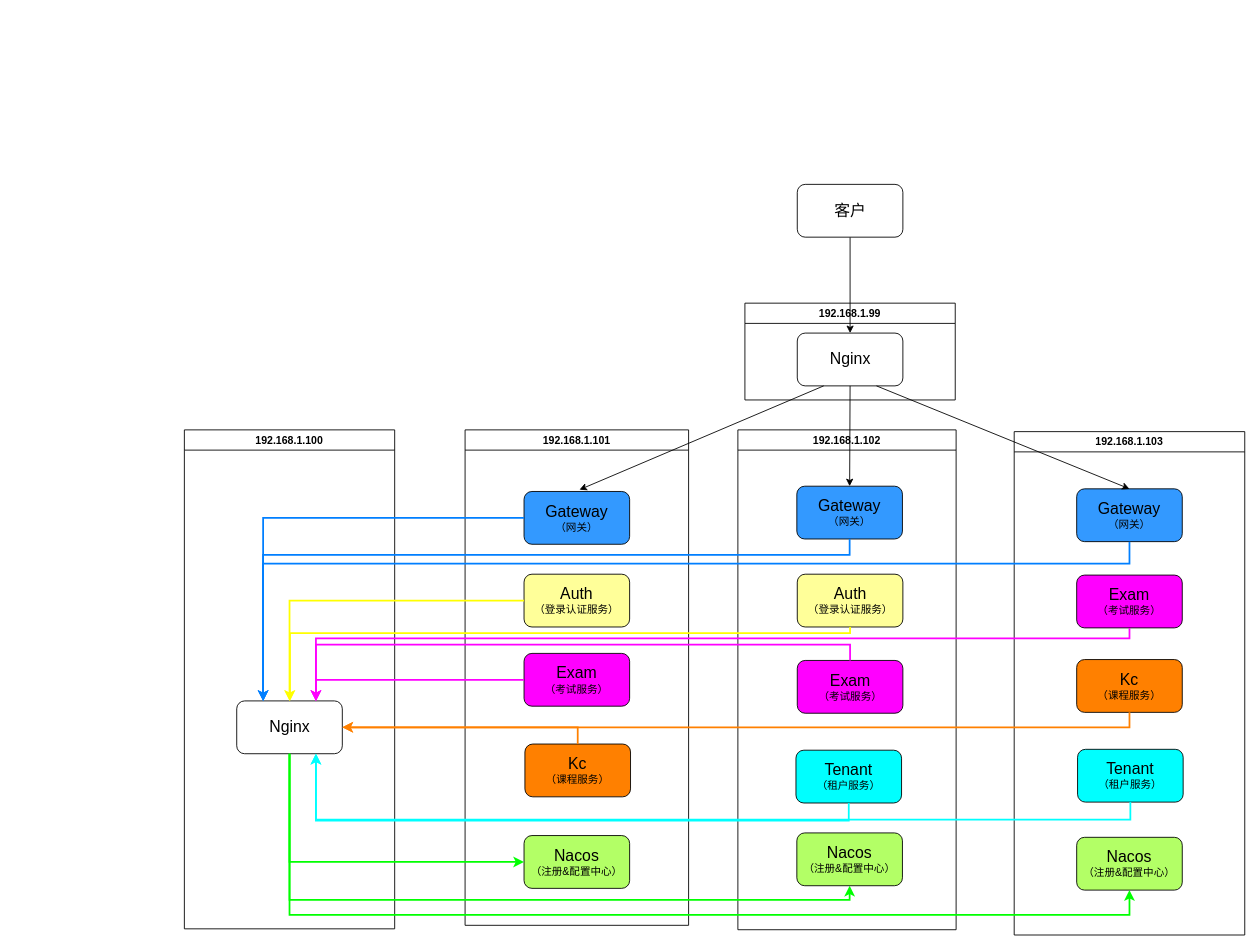
MuggleStar/draw_io keeps this draw.io diagram as ence/chaofen-cloud.drawio. Above is the earlier version. Source tidied: cells renumbered, new cells numbered last; positions are measured from the earlier drawing's top-left corner, leaving out a move shared by most shapes. Both pictures are drawn from the tidied source at 88%, with x=0, y=0 at pixel (184, 184).
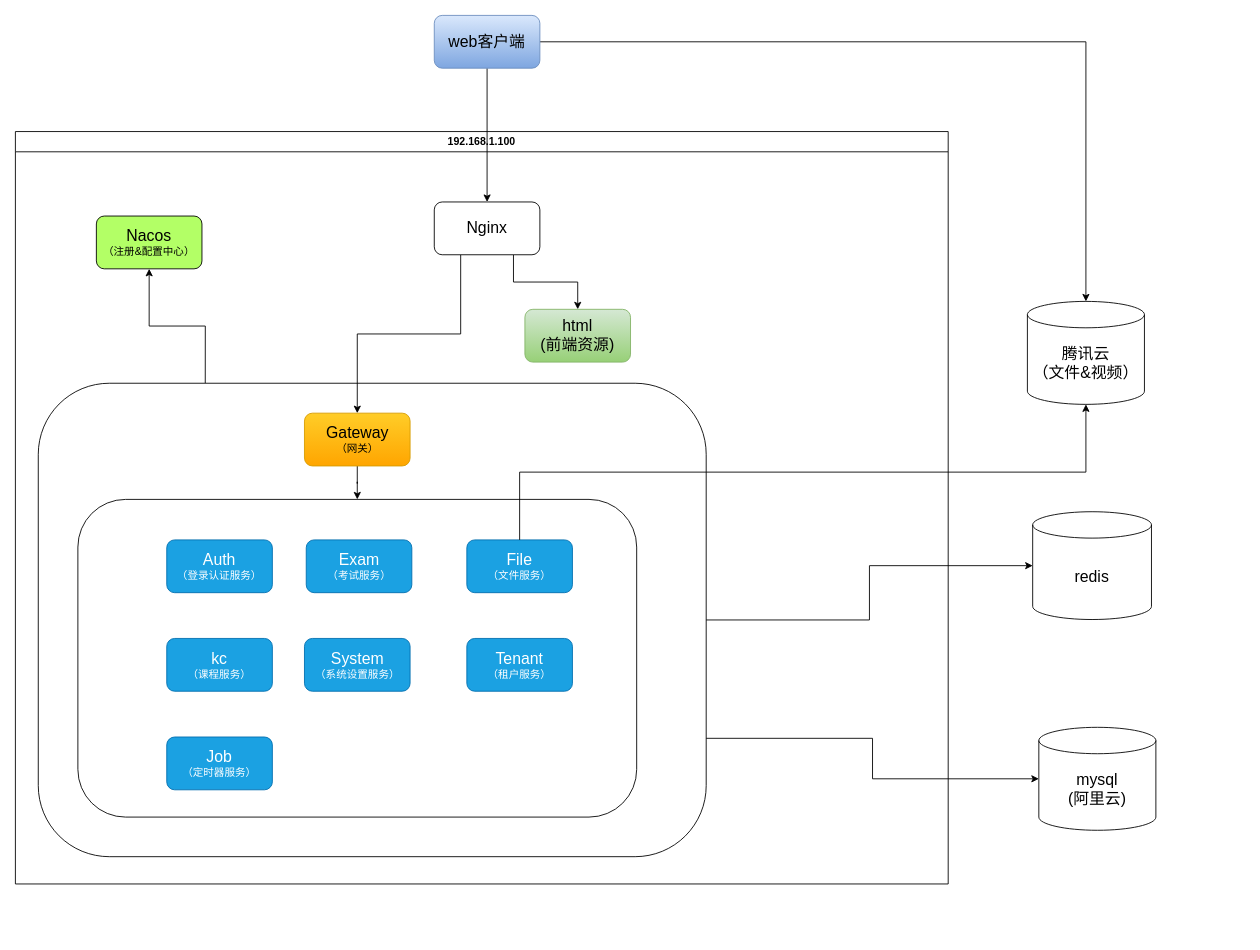
The same diagram, later.

Change to the diagram source:
```diff
@@
-    <mxCell id="2" value="192.168.1.101" style="swimlane;whiteSpace=wrap;html=1;" parent="1" vertex="1">
-      <mxGeometry x="319" y="279" width="254" height="563" as="geometry" />
-    </mxCell>
-    <mxCell id="3" value="&lt;font style=&quot;font-size: 18px;&quot;&gt;Auth&lt;/font&gt;&lt;br&gt;（登录认证服务）" style="rounded=1;whiteSpace=wrap;html=1;fillColor=#FFFF99;" parent="2" vertex="1">
-      <mxGeometry x="67" y="164" width="120" height="60" as="geometry" />
-    </mxCell>
-    <mxCell id="4" value="&lt;span style=&quot;font-size: 18px;&quot;&gt;Exam&lt;/span&gt;&lt;br&gt;（考试服务）" style="rounded=1;whiteSpace=wrap;html=1;fillColor=#FF00FF;" parent="2" vertex="1">
-      <mxGeometry x="67" y="254" width="120" height="60" as="geometry" />
-    </mxCell>
-    <mxCell id="5" value="&lt;font style=&quot;font-size: 18px;&quot;&gt;Gateway&lt;/font&gt;&lt;br&gt;（网关）" style="rounded=1;whiteSpace=wrap;html=1;fillColor=#3399FF;" parent="2" vertex="1">
-      <mxGeometry x="67" y="70" width="120" height="60" as="geometry" />
-    </mxCell>
-    <mxCell id="6" value="&lt;font style=&quot;font-size: 18px;&quot;&gt;Nacos&lt;/font&gt;&lt;br&gt;（注册&amp;amp;配置中心）" style="rounded=1;whiteSpace=wrap;html=1;fillColor=#B3FF66;" parent="2" vertex="1">
-      <mxGeometry x="67" y="461" width="120" height="60" as="geometry" />
-    </mxCell>
-    <mxCell id="7" value="192.168.1.102" style="swimlane;whiteSpace=wrap;html=1;" parent="1" vertex="1">
-      <mxGeometry x="629" y="279" width="248" height="568" as="geometry" />
+    <mxCell id="7" value="192.168.1.100" style="swimlane;whiteSpace=wrap;html=1;" parent="1" vertex="1">
+      <mxGeometry x="-192" y="-60" width="1060" height="855" as="geometry" />
     </mxCell>
+    <mxCell id="44" style="edgeStyle=orthogonalEdgeStyle;rounded=0;jettySize=auto;html=1;exitX=0.25;exitY=0;exitDx=0;exitDy=0;" parent="7" edge="1" source="45" target="11">
+      <mxGeometry relative="1" as="geometry" />
+    </mxCell>
+    <mxCell id="45" style="rounded=1;whiteSpace=wrap;html=1;" parent="7" vertex="1">
+      <mxGeometry x="26" y="286" width="759" height="538" as="geometry" />
+    </mxCell>
+    <mxCell id="46" style="edgeStyle=orthogonalEdgeStyle;rounded=0;jettySize=auto;html=1;exitX=0.5;exitY=1;exitDx=0;exitDy=0;" parent="7" edge="1" source="8" target="48">
+      <mxGeometry relative="1" as="geometry" />
+    </mxCell>
-    <mxCell id="8" value="&lt;font style=&quot;font-size: 18px;&quot;&gt;Gateway&lt;/font&gt;&lt;br&gt;（网关）" style="rounded=1;whiteSpace=wrap;html=1;fillColor=#3399FF;" parent="7" vertex="1">
-      <mxGeometry x="67" y="64" width="120" height="60" as="geometry" />
+    <mxCell id="8" value="&lt;font style=&quot;font-size: 18px;&quot;&gt;Gateway&lt;/font&gt;&lt;br&gt;（网关）" style="rounded=1;whiteSpace=wrap;html=1;fillColor=#ffcd28;strokeColor=#d79b00;gradientColor=#ffa500;" parent="7" vertex="1">
+      <mxGeometry x="328.5" y="320" width="120" height="60" as="geometry" />
     </mxCell>
+    <mxCell id="22" style="edgeStyle=orthogonalEdgeStyle;rounded=0;jettySize=auto;html=1;exitX=0.25;exitY=1;exitDx=0;exitDy=0;entryX=0.5;entryY=0;entryDx=0;entryDy=0;" parent="7" edge="1" source="21" target="8">
+      <mxGeometry relative="1" as="geometry" />
+    </mxCell>
+    <mxCell id="47" style="edgeStyle=orthogonalEdgeStyle;rounded=0;jettySize=auto;html=1;exitX=0.75;exitY=1;exitDx=0;exitDy=0;entryX=0.5;entryY=0;entryDx=0;entryDy=0;" parent="7" edge="1" source="21" target="53">
+      <mxGeometry relative="1" as="geometry" />
+    </mxCell>
+    <mxCell id="21" value="&lt;font style=&quot;font-size: 18px;&quot;&gt;Nginx&lt;/font&gt;" style="rounded=1;whiteSpace=wrap;html=1;fillColor=#FFFFFF;" parent="7" vertex="1">
+      <mxGeometry x="476" y="80" width="120" height="60" as="geometry" />
+    </mxCell>
+    <mxCell id="48" style="rounded=1;whiteSpace=wrap;html=1;" parent="7" vertex="1">
+      <mxGeometry x="71" y="418" width="635" height="361" as="geometry" />
+    </mxCell>
-    <mxCell id="9" value="&lt;font style=&quot;font-size: 18px;&quot;&gt;Auth&lt;/font&gt;&lt;br&gt;（登录认证服务）" style="rounded=1;whiteSpace=wrap;html=1;fillColor=#FFFF99;" parent="7" vertex="1">
-      <mxGeometry x="67.5" y="164" width="120" height="60" as="geometry" />
+    <mxCell id="9" value="&lt;font style=&quot;font-size: 18px;&quot;&gt;Auth&lt;/font&gt;&lt;br&gt;（登录认证服务）" style="rounded=1;whiteSpace=wrap;html=1;fillColor=#1ba1e2;strokeColor=#006EAF;fontColor=#ffffff;" parent="7" vertex="1">
+      <mxGeometry x="172" y="464" width="120" height="60" as="geometry" />
     </mxCell>
-    <mxCell id="10" value="&lt;span style=&quot;font-size: 18px;&quot;&gt;Exam&lt;/span&gt;&lt;br&gt;（考试服务）" style="rounded=1;whiteSpace=wrap;html=1;fillColor=#FF00FF;" parent="7" vertex="1">
-      <mxGeometry x="67.5" y="262" width="120" height="60" as="geometry" />
+    <mxCell id="10" value="&lt;span style=&quot;font-size: 18px;&quot;&gt;Exam&lt;/span&gt;&lt;br&gt;（考试服务）" style="rounded=1;whiteSpace=wrap;html=1;fillColor=#1ba1e2;strokeColor=#006EAF;fontColor=#ffffff;" parent="7" vertex="1">
+      <mxGeometry x="330.5" y="464" width="120" height="60" as="geometry" />
     </mxCell>
+    <mxCell id="13" value="&lt;span style=&quot;font-size: 18px;&quot;&gt;Tenant&lt;/span&gt;&lt;br&gt;（租户服务）" style="rounded=1;whiteSpace=wrap;html=1;fillColor=#1ba1e2;strokeColor=#006EAF;fontColor=#ffffff;" parent="7" vertex="1">
+      <mxGeometry x="513" y="576" width="120" height="60" as="geometry" />
+    </mxCell>
+    <mxCell id="49" value="&lt;span style=&quot;font-size: 18px;&quot;&gt;kc&lt;/span&gt;&lt;br&gt;（课程服务）" style="rounded=1;whiteSpace=wrap;html=1;fillColor=#1ba1e2;strokeColor=#006EAF;fontColor=#ffffff;" parent="7" vertex="1">
+      <mxGeometry x="172" y="576" width="120" height="60" as="geometry" />
+    </mxCell>
+    <mxCell id="50" value="&lt;span style=&quot;font-size: 18px;&quot;&gt;System&lt;/span&gt;&lt;div&gt;（系统设置服务）&lt;/div&gt;" style="rounded=1;whiteSpace=wrap;html=1;fillColor=#1ba1e2;strokeColor=#006EAF;fontColor=#ffffff;" parent="7" vertex="1">
+      <mxGeometry x="328.5" y="576" width="120" height="60" as="geometry" />
+    </mxCell>
+    <mxCell id="51" value="&lt;span style=&quot;font-size: 18px;&quot;&gt;File&lt;/span&gt;&lt;br&gt;&lt;div&gt;（文件服务）&lt;/div&gt;" style="rounded=1;whiteSpace=wrap;html=1;fillColor=#1ba1e2;strokeColor=#006EAF;fontColor=#ffffff;" parent="7" vertex="1">
+      <mxGeometry x="513" y="464" width="120" height="60" as="geometry" />
+    </mxCell>
+    <mxCell id="52" value="&lt;span style=&quot;font-size: 18px;&quot;&gt;Job&lt;/span&gt;&lt;br&gt;&lt;div&gt;（定时器&lt;span style=&quot;background-color: initial;&quot;&gt;服务）&lt;/span&gt;&lt;/div&gt;" style="rounded=1;whiteSpace=wrap;html=1;fillColor=#1ba1e2;strokeColor=#006EAF;fontColor=#ffffff;" parent="7" vertex="1">
+      <mxGeometry x="172" y="688" width="120" height="60" as="geometry" />
+    </mxCell>
+    <mxCell id="53" value="&lt;span style=&quot;font-size: 18px;&quot;&gt;html&lt;br&gt;(&lt;/span&gt;&lt;span style=&quot;font-size: 18px;&quot;&gt;前端资源&lt;/span&gt;&lt;span style=&quot;font-size: 18px;&quot;&gt;)&lt;/span&gt;" style="rounded=1;whiteSpace=wrap;html=1;fillColor=#d5e8d4;strokeColor=#82b366;gradientColor=#97d077;" parent="7" vertex="1">
+      <mxGeometry x="579" y="202" width="120" height="60" as="geometry" />
+    </mxCell>
     <mxCell id="11" value="&lt;font style=&quot;font-size: 18px;&quot;&gt;Nacos&lt;/font&gt;&lt;br&gt;（注册&amp;amp;配置中心）" style="rounded=1;whiteSpace=wrap;html=1;fillColor=#B3FF66;" parent="7" vertex="1">
-      <mxGeometry x="67" y="458" width="120" height="60" as="geometry" />
+      <mxGeometry x="92" y="96" width="120" height="60" as="geometry" />
     </mxCell>
-    <mxCell id="12" value="&lt;span style=&quot;font-size: 18px;&quot;&gt;Kc&lt;/span&gt;&lt;br&gt;（课程服务）" style="rounded=1;whiteSpace=wrap;html=1;fillColor=#FF8000;" parent="7" vertex="1">
-      <mxGeometry x="-242" y="357" width="120" height="60" as="geometry" />
-    </mxCell>
-    <mxCell id="13" value="&lt;span style=&quot;font-size: 18px;&quot;&gt;Tenant&lt;/span&gt;&lt;br&gt;（租户服务）" style="rounded=1;whiteSpace=wrap;html=1;fillColor=#00FFFF;" parent="7" vertex="1">
-      <mxGeometry x="66" y="364" width="120" height="60" as="geometry" />
-    </mxCell>
-    <mxCell id="14" value="&lt;font style=&quot;font-size: 18px;&quot;&gt;Tenant&lt;/font&gt;&lt;br style=&quot;border-color: var(--border-color);&quot;&gt;（租户服务）" style="rounded=1;whiteSpace=wrap;html=1;fillColor=#00FFFF;" parent="7" vertex="1">
-      <mxGeometry x="386" y="363" width="120" height="60" as="geometry" />
-    </mxCell>
-    <mxCell id="15" value="192.168.1.103" style="swimlane;whiteSpace=wrap;html=1;" parent="1" vertex="1">
-      <mxGeometry x="943" y="281" width="262" height="572" as="geometry" />
-    </mxCell>
-    <mxCell id="16" value="&lt;font style=&quot;font-size: 18px;&quot;&gt;Gateway&lt;/font&gt;&lt;br&gt;（网关）" style="rounded=1;whiteSpace=wrap;html=1;fillColor=#3399FF;" parent="15" vertex="1">
-      <mxGeometry x="71" y="65" width="120" height="60" as="geometry" />
-    </mxCell>
-    <mxCell id="17" value="&lt;font style=&quot;font-size: 18px;&quot;&gt;Nacos&lt;/font&gt;&lt;br&gt;（注册&amp;amp;配置中心）" style="rounded=1;whiteSpace=wrap;html=1;fillColor=#B3FF66;" parent="15" vertex="1">
-      <mxGeometry x="71" y="461" width="120" height="60" as="geometry" />
-    </mxCell>
-    <mxCell id="18" value="&lt;font style=&quot;font-size: 18px;&quot;&gt;Exam&lt;/font&gt;&lt;br style=&quot;border-color: var(--border-color);&quot;&gt;（考试服务）" style="rounded=1;whiteSpace=wrap;html=1;fillColor=#FF00FF;" parent="15" vertex="1">
-      <mxGeometry x="71" y="163" width="120" height="60" as="geometry" />
-    </mxCell>
-    <mxCell id="19" value="&lt;span style=&quot;font-size: 18px;&quot;&gt;Kc&lt;/span&gt;&lt;br&gt;（课程服务）" style="rounded=1;whiteSpace=wrap;html=1;fillColor=#FF8000;" parent="15" vertex="1">
-      <mxGeometry x="71" y="259" width="120" height="60" as="geometry" />
-    </mxCell>
-    <mxCell id="20" value="192.168.1.99" style="swimlane;whiteSpace=wrap;html=1;" parent="1" vertex="1">
-      <mxGeometry x="637" y="135" width="239" height="110" as="geometry" />
-    </mxCell>
-    <mxCell id="21" value="&lt;font style=&quot;font-size: 18px;&quot;&gt;Nginx&lt;/font&gt;" style="rounded=1;whiteSpace=wrap;html=1;fillColor=#FFFFFF;" parent="20" vertex="1">
-      <mxGeometry x="59.5" y="34" width="120" height="60" as="geometry" />
-    </mxCell>
-    <mxCell id="22" style="endArrow=classic;html=1;rounded=0;exitX=0.5;exitY=1;exitDx=0;exitDy=0;entryX=0.5;entryY=0;entryDx=0;entryDy=0;" parent="1" edge="1" source="21" target="8">
-      <mxGeometry relative="1" as="geometry" />
-    </mxCell>
-    <mxCell id="23" style="endArrow=classic;html=1;rounded=0;exitX=0.75;exitY=1;exitDx=0;exitDy=0;entryX=0.5;entryY=0;entryDx=0;entryDy=0;" parent="1" edge="1" source="21" target="16">
-      <mxGeometry relative="1" as="geometry" />
-    </mxCell>
-    <mxCell id="24" style="endArrow=classic;html=1;rounded=0;exitX=0.25;exitY=1;exitDx=0;exitDy=0;" parent="1" edge="1" source="21">
-      <mxGeometry relative="1" as="geometry">
-        <mxPoint x="449" y="347" as="targetPoint" />
-      </mxGeometry>
-    </mxCell>
-    <mxCell id="25" style="edgeStyle=orthogonalEdgeStyle;rounded=0;jettySize=auto;html=1;exitX=0.5;exitY=1;exitDx=0;exitDy=0;" parent="1" edge="1" source="26" target="21">
+    <mxCell id="25" style="edgeStyle=orthogonalEdgeStyle;rounded=0;jettySize=auto;html=1;exitX=0.5;exitY=1;exitDx=0;exitDy=0;entryX=0.5;entryY=0;entryDx=0;entryDy=0;" parent="1" edge="1" source="26" target="21">
       <mxGeometry relative="1" as="geometry" />
     </mxCell>
+    <mxCell id="54" style="edgeStyle=orthogonalEdgeStyle;rounded=0;jettySize=auto;html=1;exitX=1;exitY=0.5;exitDx=0;exitDy=0;" parent="1" edge="1" source="26" target="59">
+      <mxGeometry relative="1" as="geometry" />
+    </mxCell>
-    <mxCell id="26" value="&lt;span style=&quot;font-size: 18px;&quot;&gt;客户&lt;br&gt;&lt;/span&gt;" style="rounded=1;whiteSpace=wrap;html=1;fillColor=#FFFFFF;" parent="1" vertex="1">
-      <mxGeometry x="696.5" width="120" height="60" as="geometry" />
+    <mxCell id="26" value="&lt;span style=&quot;font-size: 18px;&quot;&gt;web客户端&lt;/span&gt;" style="rounded=1;whiteSpace=wrap;html=1;fillColor=#dae8fc;gradientColor=#7ea6e0;strokeColor=#6c8ebf;" parent="1" vertex="1">
+      <mxGeometry x="284" y="-192" width="120" height="60" as="geometry" />
     </mxCell>
-    <mxCell id="27" value="192.168.1.100" style="swimlane;whiteSpace=wrap;html=1;" parent="1" vertex="1">
-      <mxGeometry y="279" width="239" height="567" as="geometry" />
-    </mxCell>
-    <mxCell id="28" value="&lt;font style=&quot;font-size: 18px;&quot;&gt;Nginx&lt;/font&gt;" style="rounded=1;whiteSpace=wrap;html=1;fillColor=#FFFFFF;" parent="27" vertex="1">
-      <mxGeometry x="59.5" y="308" width="120" height="60" as="geometry" />
-    </mxCell>
-    <mxCell id="29" style="edgeStyle=orthogonalEdgeStyle;rounded=0;jettySize=auto;html=1;exitX=0;exitY=0.5;exitDx=0;exitDy=0;entryX=0.25;entryY=0;entryDx=0;entryDy=0;strokeWidth=2;strokeColor=#007FFF;" parent="1" edge="1" source="5" target="28">
-      <mxGeometry relative="1" as="geometry" />
-    </mxCell>
-    <mxCell id="30" style="edgeStyle=orthogonalEdgeStyle;rounded=0;jettySize=auto;html=1;exitX=0.5;exitY=1;exitDx=0;exitDy=0;entryX=0.25;entryY=0;entryDx=0;entryDy=0;strokeWidth=2;strokeColor=#007FFF;" parent="1" edge="1" source="8" target="28">
-      <mxGeometry relative="1" as="geometry">
-        <Array as="points">
-          <mxPoint x="756" y="421" />
-          <mxPoint x="90" y="421" />
-        </Array>
-      </mxGeometry>
-    </mxCell>
-    <mxCell id="31" style="edgeStyle=orthogonalEdgeStyle;rounded=0;jettySize=auto;html=1;exitX=0.5;exitY=1;exitDx=0;exitDy=0;entryX=0.25;entryY=0;entryDx=0;entryDy=0;strokeWidth=2;strokeColor=#007FFF;" parent="1" edge="1" source="16" target="28">
-      <mxGeometry relative="1" as="geometry">
-        <Array as="points">
-          <mxPoint x="1074" y="431" />
-          <mxPoint x="90" y="431" />
-        </Array>
-      </mxGeometry>
-    </mxCell>
-    <mxCell id="32" style="edgeStyle=orthogonalEdgeStyle;rounded=0;jettySize=auto;html=1;exitX=0;exitY=0.5;exitDx=0;exitDy=0;strokeWidth=2;strokeColor=#FFFF00;" parent="1" edge="1" source="3" target="28">
-      <mxGeometry relative="1" as="geometry" />
-    </mxCell>
-    <mxCell id="33" style="edgeStyle=orthogonalEdgeStyle;rounded=0;jettySize=auto;html=1;exitX=0.5;exitY=1;exitDx=0;exitDy=0;strokeWidth=2;strokeColor=#FFFF00;" parent="1" edge="1" source="9" target="28">
-      <mxGeometry relative="1" as="geometry">
-        <Array as="points">
-          <mxPoint x="756" y="510" />
-          <mxPoint x="120" y="510" />
-        </Array>
-      </mxGeometry>
-    </mxCell>
-    <mxCell id="34" style="edgeStyle=orthogonalEdgeStyle;rounded=0;jettySize=auto;html=1;entryX=0.75;entryY=0;entryDx=0;entryDy=0;strokeWidth=2;strokeColor=#FF00FF;" parent="1" edge="1" source="4" target="28">
-      <mxGeometry relative="1" as="geometry" />
-    </mxCell>
-    <mxCell id="35" style="edgeStyle=orthogonalEdgeStyle;rounded=0;jettySize=auto;html=1;exitX=0.5;exitY=0;exitDx=0;exitDy=0;entryX=0.75;entryY=0;entryDx=0;entryDy=0;strokeWidth=2;strokeColor=#FF00FF;" parent="1" edge="1" source="10" target="28">
-      <mxGeometry relative="1" as="geometry">
-        <Array as="points">
-          <mxPoint x="756" y="523" />
-          <mxPoint x="150" y="523" />
-        </Array>
-      </mxGeometry>
-    </mxCell>
-    <mxCell id="36" style="edgeStyle=orthogonalEdgeStyle;rounded=0;jettySize=auto;html=1;exitX=0.5;exitY=1;exitDx=0;exitDy=0;entryX=0.75;entryY=0;entryDx=0;entryDy=0;strokeWidth=2;strokeColor=#FF00FF;" parent="1" edge="1" source="18" target="28">
-      <mxGeometry relative="1" as="geometry">
-        <Array as="points">
-          <mxPoint x="1074" y="516" />
-          <mxPoint x="150" y="516" />
-        </Array>
-      </mxGeometry>
-    </mxCell>
-    <mxCell id="37" style="edgeStyle=orthogonalEdgeStyle;rounded=0;jettySize=auto;html=1;exitX=0.5;exitY=1;exitDx=0;exitDy=0;entryX=1;entryY=0.5;entryDx=0;entryDy=0;strokeWidth=2;strokeColor=#FF8000;" parent="1" edge="1" source="19" target="28">
-      <mxGeometry relative="1" as="geometry">
-        <Array as="points">
-          <mxPoint x="1074" y="617" />
-        </Array>
-      </mxGeometry>
-    </mxCell>
-    <mxCell id="38" style="edgeStyle=orthogonalEdgeStyle;rounded=0;jettySize=auto;html=1;exitX=0.5;exitY=0;exitDx=0;exitDy=0;entryX=1;entryY=0.5;entryDx=0;entryDy=0;strokeWidth=2;strokeColor=#FF8000;" parent="1" edge="1" source="12" target="28">
-      <mxGeometry relative="1" as="geometry">
-        <Array as="points">
-          <mxPoint x="447" y="617" />
-        </Array>
-      </mxGeometry>
-    </mxCell>
-    <mxCell id="39" style="edgeStyle=orthogonalEdgeStyle;rounded=0;jettySize=auto;html=1;exitX=0.5;exitY=1;exitDx=0;exitDy=0;entryX=0;entryY=0.5;entryDx=0;entryDy=0;strokeWidth=2;strokeColor=#00FF00;" parent="1" edge="1" source="28" target="6">
-      <mxGeometry relative="1" as="geometry" />
-    </mxCell>
-    <mxCell id="40" style="edgeStyle=orthogonalEdgeStyle;rounded=0;jettySize=auto;html=1;exitX=0.5;exitY=1;exitDx=0;exitDy=0;entryX=0.5;entryY=1;entryDx=0;entryDy=0;strokeWidth=2;strokeColor=#00FF00;" parent="1" edge="1" source="28" target="11">
-      <mxGeometry relative="1" as="geometry">
-        <Array as="points">
-          <mxPoint x="120" y="813" />
-          <mxPoint x="756" y="813" />
-        </Array>
-      </mxGeometry>
-    </mxCell>
-    <mxCell id="41" style="edgeStyle=orthogonalEdgeStyle;rounded=0;jettySize=auto;html=1;exitX=0.5;exitY=1;exitDx=0;exitDy=0;entryX=0.5;entryY=1;entryDx=0;entryDy=0;strokeWidth=2;strokeColor=#00FF00;" parent="1" edge="1" source="28" target="17">
-      <mxGeometry relative="1" as="geometry">
-        <Array as="points">
-          <mxPoint x="120" y="830" />
-          <mxPoint x="1074" y="830" />
-        </Array>
-      </mxGeometry>
-    </mxCell>
-    <mxCell id="42" style="edgeStyle=orthogonalEdgeStyle;rounded=0;jettySize=auto;html=1;exitX=0.5;exitY=1;exitDx=0;exitDy=0;entryX=0.75;entryY=1;entryDx=0;entryDy=0;strokeWidth=2;strokeColor=#00FFFF;" parent="1" edge="1" source="13" target="28">
-      <mxGeometry relative="1" as="geometry" />
-    </mxCell>
-    <mxCell id="43" style="edgeStyle=orthogonalEdgeStyle;rounded=0;jettySize=auto;html=1;exitX=0.5;exitY=1;exitDx=0;exitDy=0;entryX=0.75;entryY=1;entryDx=0;entryDy=0;strokeWidth=2;strokeColor=#00FFFF;" parent="1" edge="1" source="14" target="28">
-      <mxGeometry relative="1" as="geometry" />
-    </mxCell>
+    <mxCell id="55" value="&lt;font style=&quot;font-size: 18px;&quot;&gt;mysql&lt;br&gt;(阿里云)&lt;/font&gt;" style="shape=cylinder3;whiteSpace=wrap;html=1;boundedLbl=1;backgroundOutline=1;size=15;" parent="1" vertex="1">
+      <mxGeometry x="971" y="617" width="133" height="117" as="geometry" />
+    </mxCell>
+    <mxCell id="56" style="edgeStyle=orthogonalEdgeStyle;rounded=0;jettySize=auto;html=1;exitX=1;exitY=0.75;exitDx=0;exitDy=0;entryX=0;entryY=0.5;entryDx=0;entryDy=0;entryPerimeter=0;" parent="1" edge="1" source="45" target="55">
+      <mxGeometry relative="1" as="geometry" />
+    </mxCell>
+    <mxCell id="57" value="&lt;font style=&quot;font-size: 18px;&quot;&gt;redis&lt;/font&gt;" style="shape=cylinder3;whiteSpace=wrap;html=1;boundedLbl=1;backgroundOutline=1;size=15;" parent="1" vertex="1">
+      <mxGeometry x="964" y="372" width="135" height="122.5" as="geometry" />
+    </mxCell>
+    <mxCell id="58" style="edgeStyle=orthogonalEdgeStyle;rounded=0;jettySize=auto;html=1;exitX=1;exitY=0.5;exitDx=0;exitDy=0;" parent="1" edge="1" source="45" target="57">
+      <mxGeometry relative="1" as="geometry" />
+    </mxCell>
+    <mxCell id="59" value="&lt;span style=&quot;font-size: 18px;&quot;&gt;腾讯云&lt;br&gt;（文件&amp;amp;视频&lt;/span&gt;&lt;span style=&quot;font-size: 18px; background-color: initial;&quot;&gt;）&lt;/span&gt;" style="shape=cylinder3;whiteSpace=wrap;html=1;boundedLbl=1;backgroundOutline=1;size=15;" parent="1" vertex="1">
+      <mxGeometry x="958" y="133" width="133" height="117" as="geometry" />
+    </mxCell>
+    <mxCell id="60" style="edgeStyle=orthogonalEdgeStyle;rounded=0;jettySize=auto;html=1;exitX=0.5;exitY=0;exitDx=0;exitDy=0;entryX=0.5;entryY=1;entryDx=0;entryDy=0;entryPerimeter=0;" parent="1" edge="1" source="51" target="59">
+      <mxGeometry relative="1" as="geometry" />
+    </mxCell>
```
